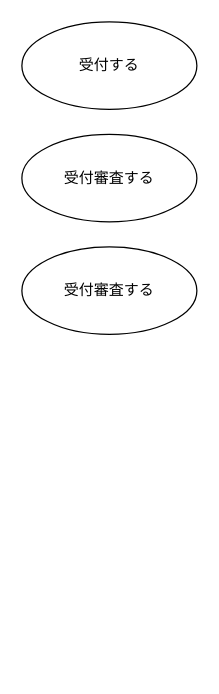
Above: page "アクティビティ図" (7 of 8) of NELAB.drawio in kaoru387/draw.io (draw.io), before the change. Source tidied: cells renumbered, new cells numbered last; positions are measured from the earlier drawing's top-left corner, leaving out a move shared by most shapes. Both pictures are drawn from the tidied source at 125%, with x=0, y=0 at pixel (21, 21).
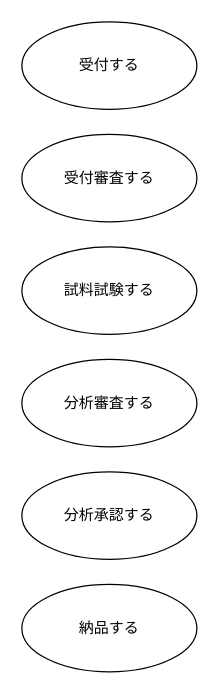
After the change.

Commit message (it also covers changes not shown here):
NELAB.drawio を更新します

What changed in the source:
```diff
@@
 <mxGraphModel>
   <root>
     <mxCell id="0" />
     <mxCell id="1" parent="0" />
     <mxCell id="2" value="受付する" style="ellipse;whiteSpace=wrap;html=1;" parent="1" vertex="1">
       <mxGeometry width="140" height="70" as="geometry" />
     </mxCell>
+    <mxCell id="4" value="試料試験する" style="ellipse;whiteSpace=wrap;html=1;" parent="1" vertex="1">
+      <mxGeometry y="180" width="140" height="70" as="geometry" />
+    </mxCell>
+    <mxCell id="5" value="分析審査する" style="ellipse;whiteSpace=wrap;html=1;" parent="1" vertex="1">
+      <mxGeometry y="270" width="140" height="70" as="geometry" />
+    </mxCell>
     <mxCell id="3" value="受付審査する" style="ellipse;whiteSpace=wrap;html=1;" parent="1" vertex="1">
       <mxGeometry y="90" width="140" height="70" as="geometry" />
     </mxCell>
-    <mxCell id="4" value="受付審査する" style="ellipse;whiteSpace=wrap;html=1;" parent="1" vertex="1">
-      <mxGeometry y="180" width="140" height="70" as="geometry" />
-    </mxCell>
+    <mxCell id="6" value="&lt;div&gt;分析承認する&lt;/div&gt;" style="ellipse;whiteSpace=wrap;html=1;" parent="1" vertex="1">
+      <mxGeometry y="360" width="140" height="70" as="geometry" />
+    </mxCell>
+    <mxCell id="7" value="&lt;div&gt;納品する&lt;/div&gt;" style="ellipse;whiteSpace=wrap;html=1;" parent="1" vertex="1">
+      <mxGeometry y="450" width="140" height="70" as="geometry" />
+    </mxCell>
   </root>
 </mxGraphModel>
```
